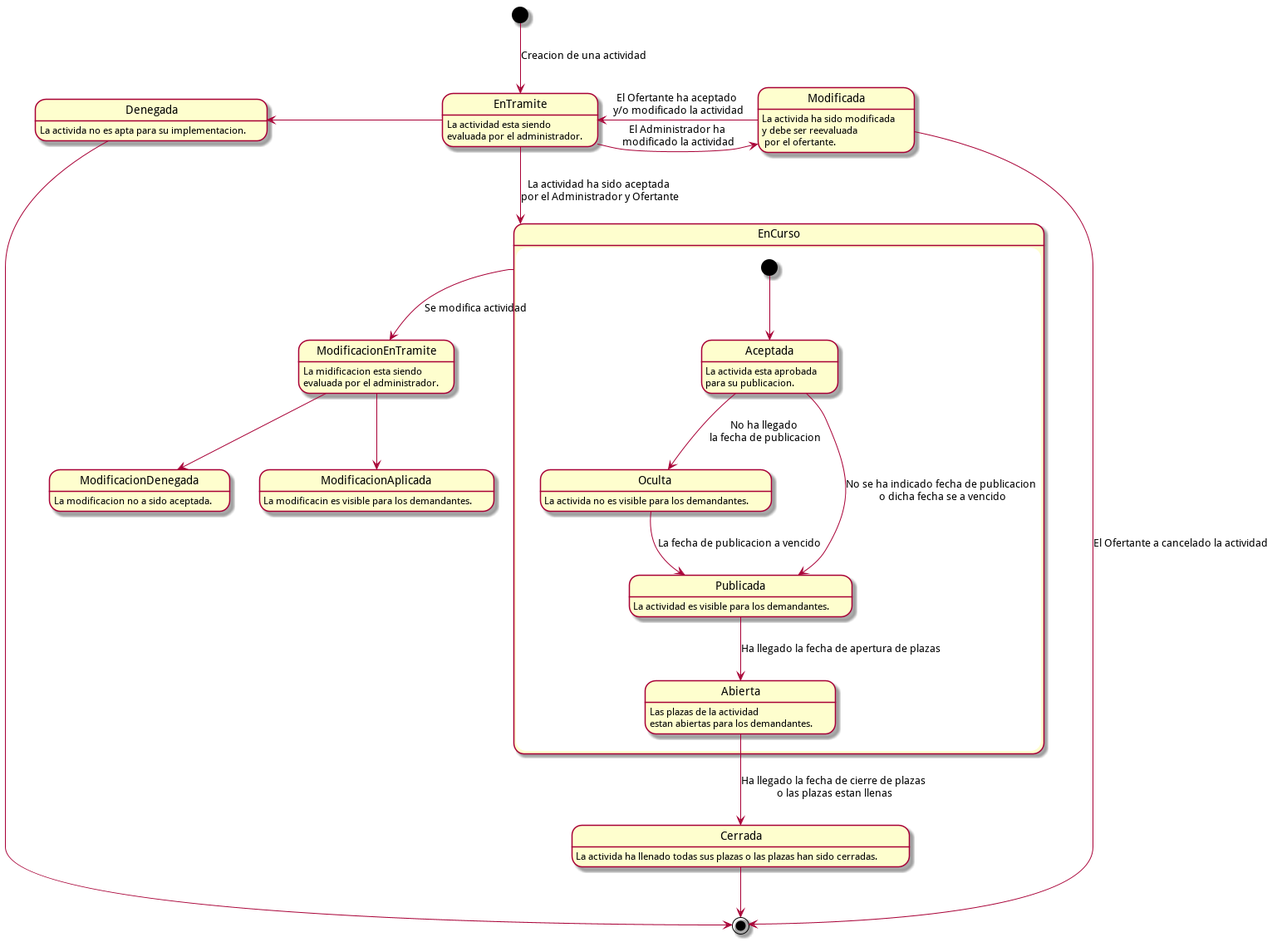
This is uml/estados_de_actividad.png from CarlosRA97/AprendizajeServicioVoluntario, a PlantUML export, as it was before one commit.
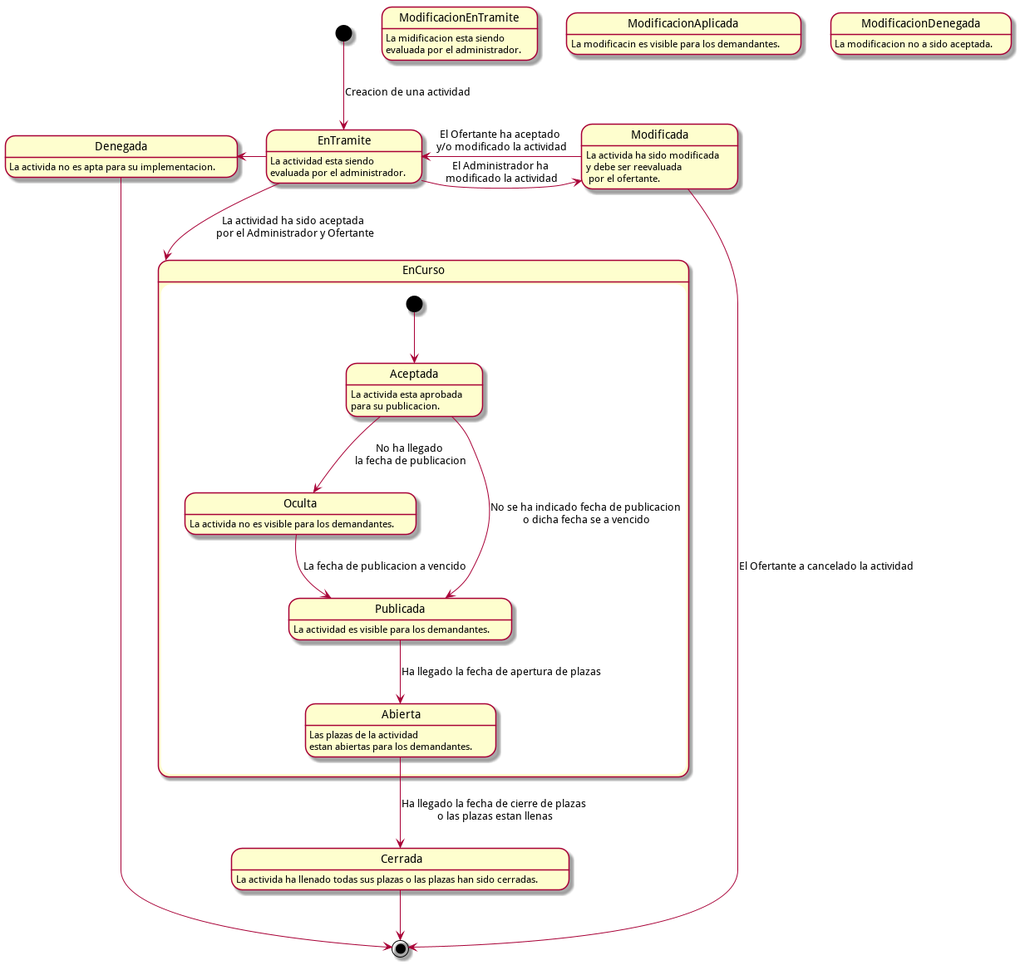
Above is the later version.

Commit message:
:rocket: adding generated diagrams

Change to the diagram source:
```diff
@@ -38,8 +38,6 @@
 Cerrada --> [*]
 Denegada --> [*]
 
-EnCurso --> ModificacionEnTramite : Se modifica actividad
-ModificacionEnTramite --> ModificacionAplicada
-ModificacionEnTramite --> ModificacionDenegada
+
 
 @enduml
```
